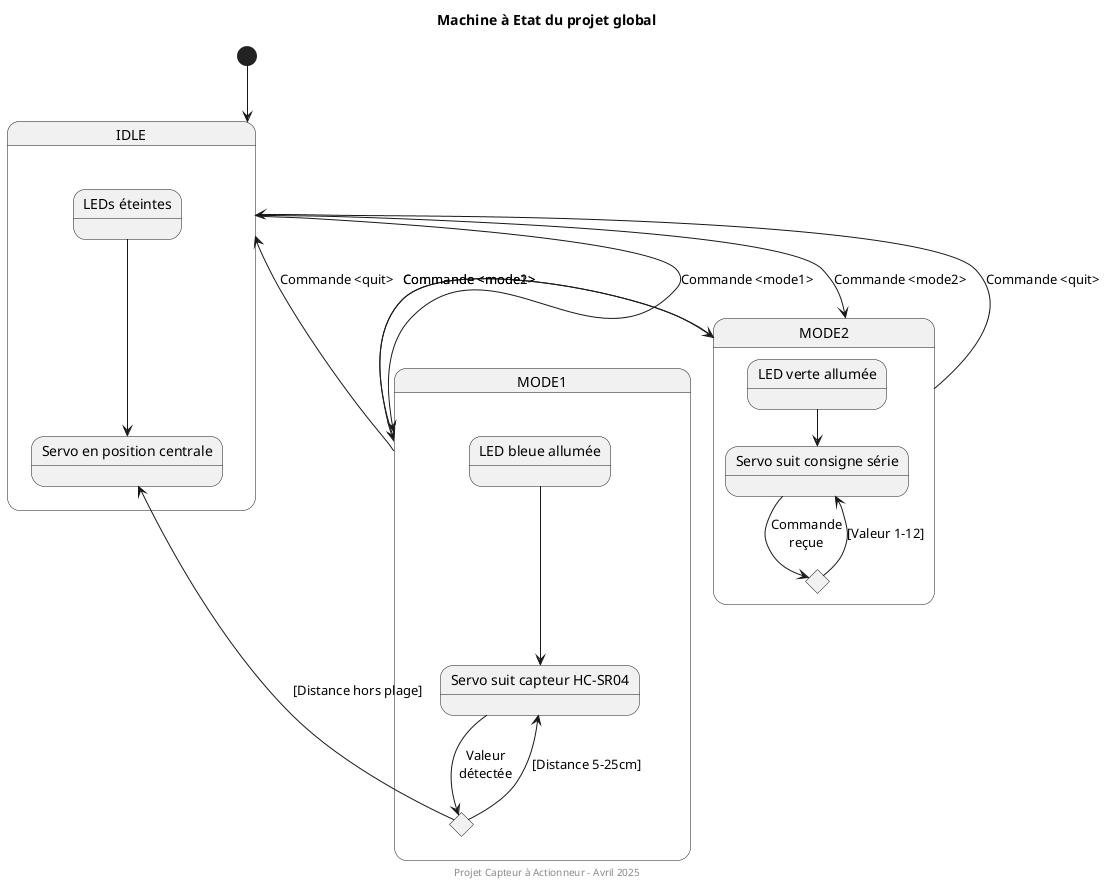
The PlantUML diagram doc-README/MAE.png in AzTaiiyoo/Capteur_actionneur, before a commit.
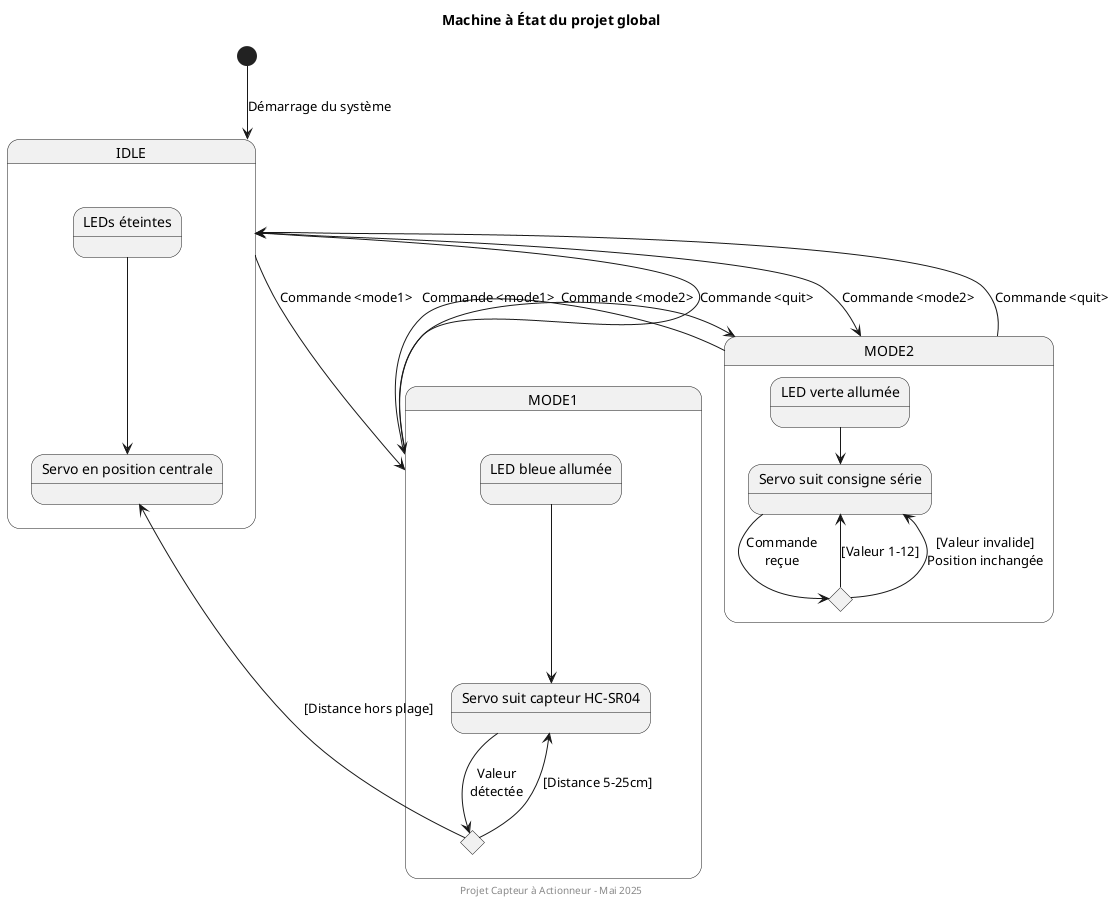
The same file after the commit.

Diff of the diagram source:
```diff
@@ -1,8 +1,8 @@
 @startuml
 
-title  Machine à Etat du projet global
+title  Machine à État du projet global
 
-[*] -down-> idle
+[*] -down-> idle : Démarrage du système
 
 state "IDLE" as idle {
   state "LEDs éteintes" as idle_leds
@@ -18,6 +18,7 @@
   state value_choice <<choice>>
   mode2_servo -down-> value_choice : Commande\nreçue
   value_choice -up-> mode2_servo : [Valeur 1-12]
+  value_choice -down-> mode2_servo : [Valeur invalide]\nPosition inchangée
 }
 
 state "MODE1" as mode1 {
@@ -33,11 +34,11 @@
 
 idle -down-> mode2 : Commande <mode2>
 mode1 -up-> idle : Commande <quit>
-idle -down-> mode1 : Commande <mode1>
+idle -up-> mode1 : Commande <mode1>
 mode2 -up-> idle : Commande <quit>
-mode1 -right-> mode2 : Commande <mode2>
+mode1 -left-> mode2 : Commande <mode2>
 mode2 -left-> mode1 : Commande <mode1>
 
-footer Projet Capteur à Actionneur - Avril 2025
+footer Projet Capteur à Actionneur - Mai 2025
 
 @enduml
```
